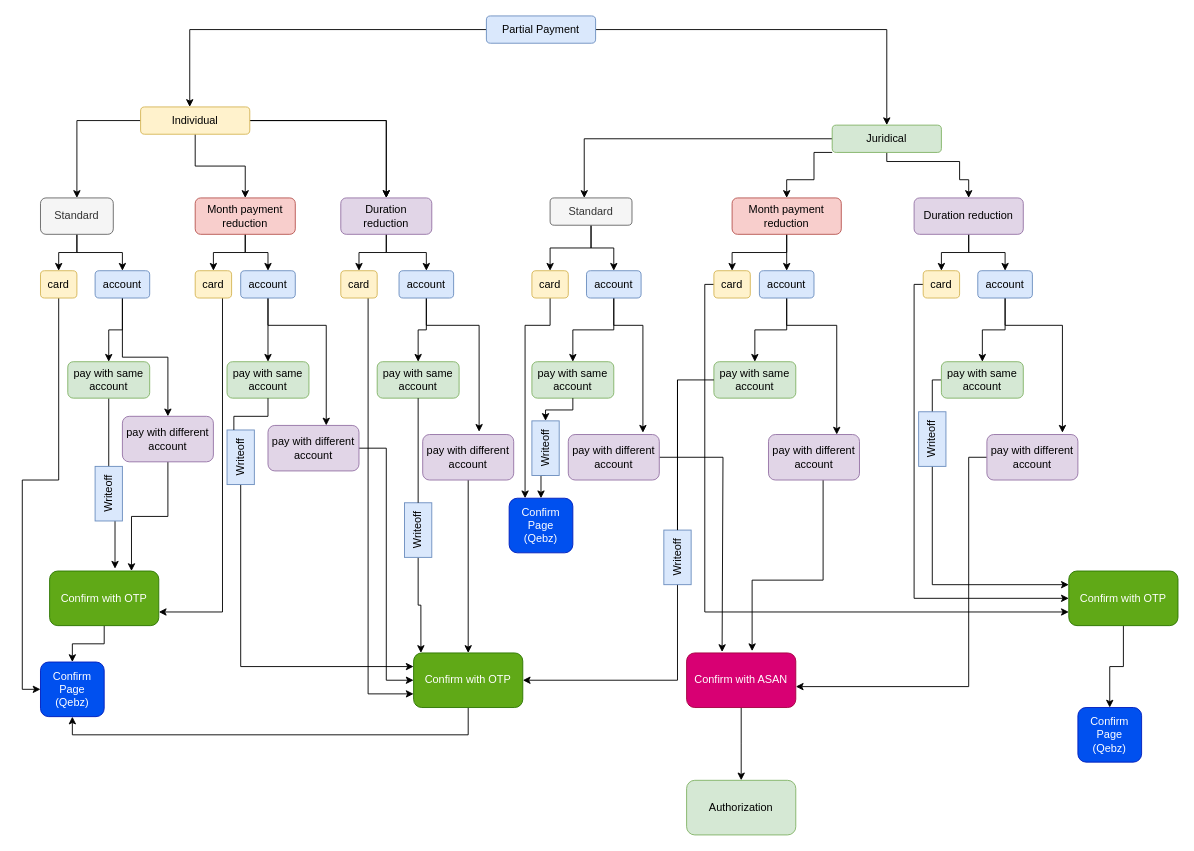
eltacshikhsaidov/tic-tac-toe keeps this draw.io diagram as Диаграмма без названия.drawio. Above is the earlier version. Source tidied: cells renumbered, new cells numbered last; positions are measured from the earlier drawing's top-left corner, leaving out a move shared by most shapes. Both pictures are drawn from the tidied source at 91%, with x=0, y=0 at pixel (40, 15).
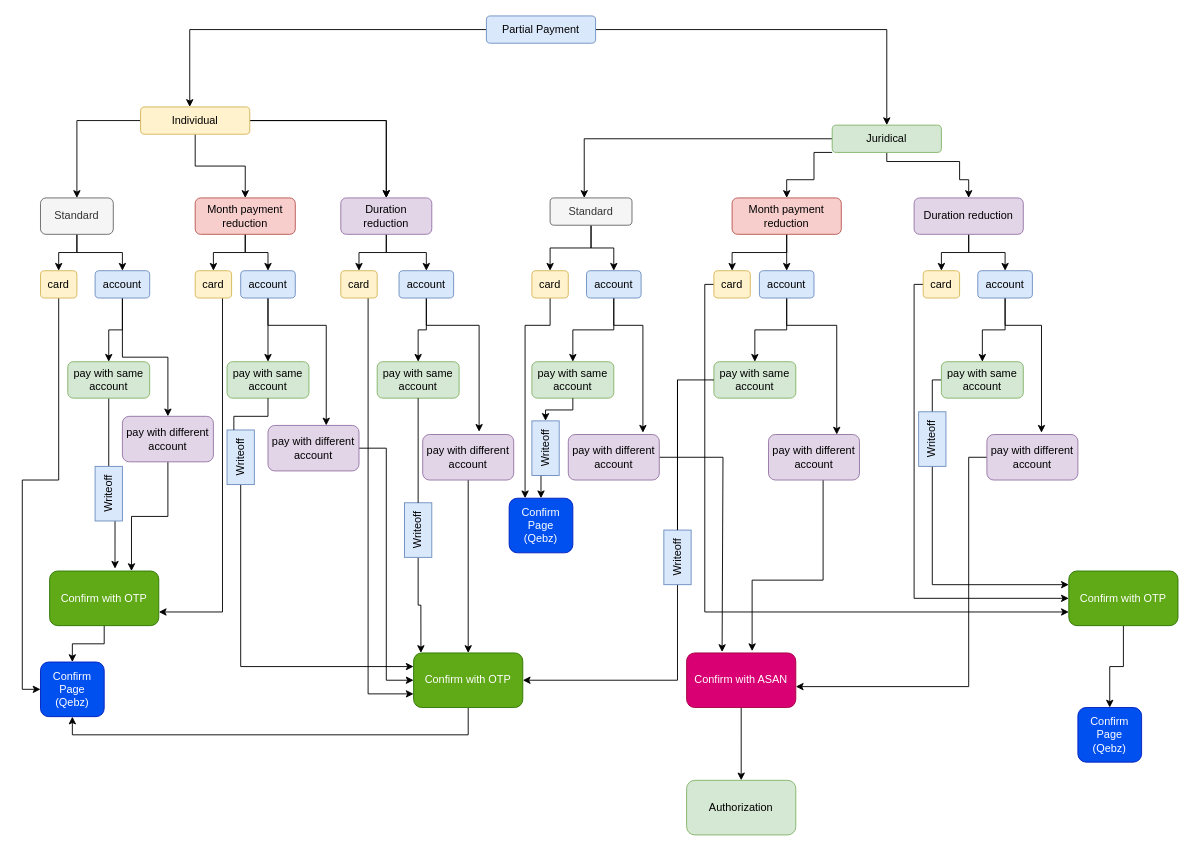
The same page after the edit.

Unchanged cells that the change refers to:
```xml
<mxCell id="61" value="account" style="rounded=1;whiteSpace=wrap;html=1;fillColor=#dae8fc;strokeColor=#6c8ebf;" parent="1" vertex="1">
  <mxGeometry x="1030" y="280" width="60" height="30" as="geometry" />
</mxCell>
<mxCell id="84" value="pay with different account" style="rounded=1;whiteSpace=wrap;html=1;fillColor=#e1d5e7;strokeColor=#9673a6;" parent="1" vertex="1">
  <mxGeometry x="1040" y="460" width="100" height="50" as="geometry" />
</mxCell>
```

Diff of the diagram source:
```diff
@@
-    <mxCell id="60" style="edgeStyle=orthogonalEdgeStyle;rounded=0;jettySize=auto;html=1;entryX=0.83;entryY=-0.04;entryDx=0;entryDy=0;entryPerimeter=0;" parent="1" edge="1" source="61" target="84">
+    <mxCell id="60" style="edgeStyle=orthogonalEdgeStyle;rounded=0;jettySize=auto;html=1;" parent="1" edge="1" source="61">
       <mxGeometry relative="1" as="geometry">
+        <mxPoint x="1100" y="458" as="targetPoint" />
         <Array as="points">
           <mxPoint x="1060" y="340" />
-          <mxPoint x="1123" y="340" />
+          <mxPoint x="1100" y="340" />
+          <mxPoint x="1100" y="458" />
         </Array>
       </mxGeometry>
     </mxCell>
```
